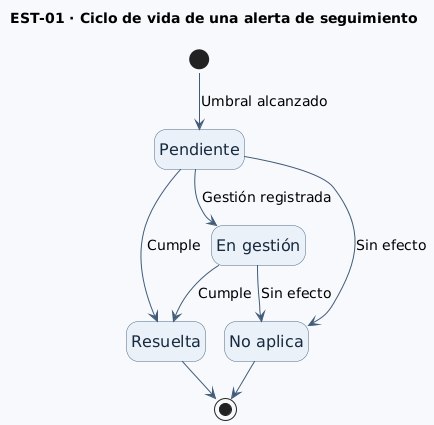
The PlantUML diagram diagramas/EST-01-AlertaSeguimiento.png in br1fz/OncoTrace, before a commit. Its diagram source:
```plantuml
@startuml EST-01-AlertaSeguimiento
!pragma layout smetana
top to bottom direction
hide empty description
skinparam shadowing false
skinparam backgroundColor #F7F9FC
skinparam defaultFontName SansSerif
skinparam stateFontSize 16
skinparam stateArrowFontSize 14
skinparam state {
  BackgroundColor #EAF1F8
  BorderColor #526B87
  FontColor #172A40
  ArrowColor #425B78
  StartColor #526B87
  EndColor #526B87
}
title EST-01 · Ciclo de vida de una alerta de seguimiento

[*] --> Pendiente : Umbral alcanzado
state "Pendiente" as Pendiente
state "En gestión" as EnGestion
state "Resuelta" as Resuelta
state "No aplica" as NoAplica

Pendiente --> EnGestion : Gestión registrada
Pendiente --> Resuelta : Cumple
EnGestion --> Resuelta : Cumple
Pendiente --> NoAplica : Sin efecto
EnGestion --> NoAplica : Sin efecto
Resuelta --> [*]
NoAplica --> [*]
@enduml
```
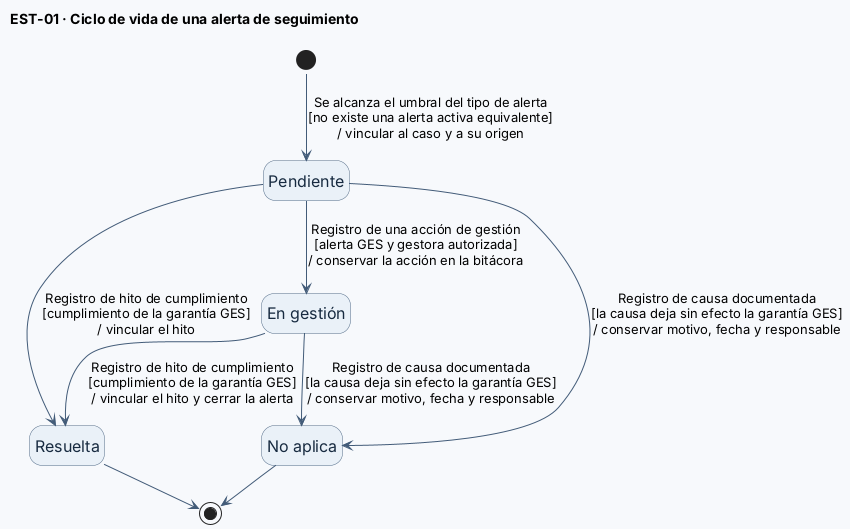
Later version of the same file.

What changed in the source:
```diff
@@ -6,7 +6,7 @@
 skinparam backgroundColor #F7F9FC
 skinparam defaultFontName SansSerif
 skinparam stateFontSize 16
-skinparam stateArrowFontSize 14
+skinparam stateArrowFontSize 13
 skinparam state {
   BackgroundColor #EAF1F8
   BorderColor #526B87
@@ -17,17 +17,17 @@
 }
 title EST-01 · Ciclo de vida de una alerta de seguimiento
 
-[*] --> Pendiente : Umbral alcanzado
+[*] --> Pendiente : Se alcanza el umbral del tipo de alerta\n[no existe una alerta activa equivalente]\n/ vincular al caso y a su origen
 state "Pendiente" as Pendiente
 state "En gestión" as EnGestion
 state "Resuelta" as Resuelta
 state "No aplica" as NoAplica
 
-Pendiente --> EnGestion : Gestión registrada
-Pendiente --> Resuelta : Cumple
-EnGestion --> Resuelta : Cumple
-Pendiente --> NoAplica : Sin efecto
-EnGestion --> NoAplica : Sin efecto
+Pendiente --> EnGestion : Registro de una acción de gestión\n[alerta GES y gestora autorizada]\n/ conservar la acción en la bitácora
+Pendiente --> Resuelta : Registro de hito de cumplimiento\n[cumplimiento de la garantía GES]\n/ vincular el hito
+EnGestion --> Resuelta : Registro de hito de cumplimiento\n[cumplimiento de la garantía GES]\n/ vincular el hito y cerrar la alerta
+Pendiente --> NoAplica : Registro de causa documentada\n[la causa deja sin efecto la garantía GES]\n/ conservar motivo, fecha y responsable
+EnGestion --> NoAplica : Registro de causa documentada\n[la causa deja sin efecto la garantía GES]\n/ conservar motivo, fecha y responsable
 Resuelta --> [*]
 NoAplica --> [*]
 @enduml
```
